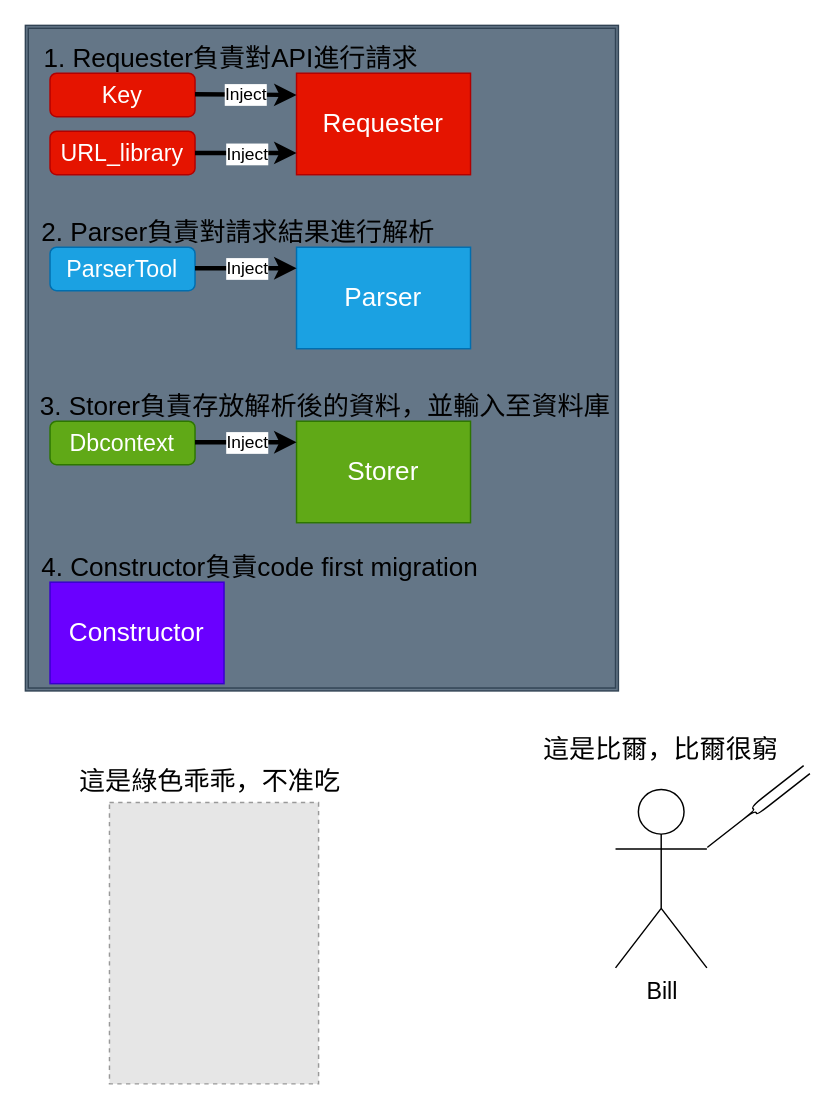
Earlier version of the draw.io diagram structure.drawio (jimmg35/Sensor_Crawling). Source tidied: cells renumbered, new cells numbered last; positions are measured from the earlier drawing's top-left corner, leaving out a move shared by most shapes. Both pictures are drawn from the tidied source at 145%, with x=0, y=0 at pixel (25, 25). Pictures stored in the file or linked from it are replaced by grey dashed boxes.
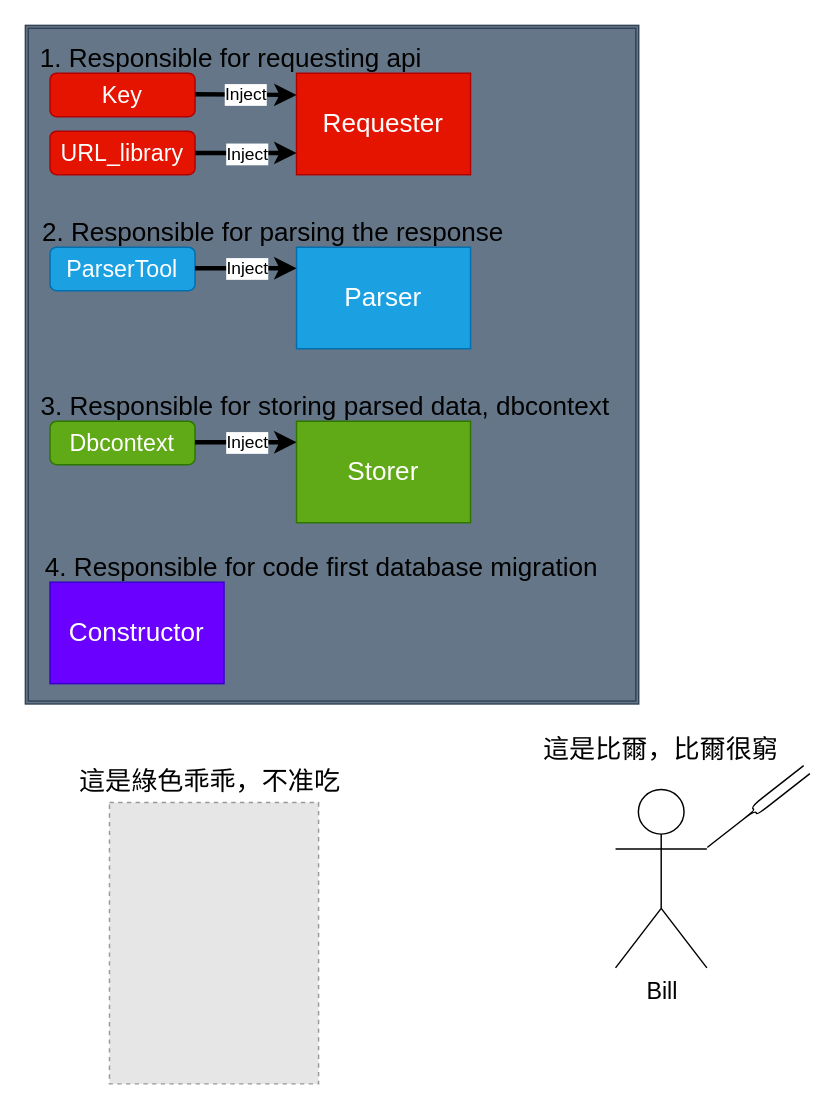
After the change.

Diff of the diagram source:
```diff
@@
     <mxCell id="2" style="shape=ext;double=1;rounded=0;whiteSpace=wrap;html=1;fillColor=#647687;strokeColor=#314354;fontColor=#ffffff;" parent="1" vertex="1">
-      <mxGeometry width="409" height="459" as="geometry" />
+      <mxGeometry width="423" height="468" as="geometry" />
     </mxCell>
@@
-    <mxCell id="18" value="&lt;font style=&quot;font-size: 18px&quot;&gt;1. Requester負責對API進行請求&lt;/font&gt;" style="text;html=1;strokeColor=none;fillColor=none;align=center;verticalAlign=middle;whiteSpace=wrap;rounded=0;fontSize=12;" parent="1" vertex="1">
+    <mxCell id="18" value="&lt;font style=&quot;font-size: 18px&quot;&gt;1. Responsible for requesting api&lt;/font&gt;" style="text;html=1;strokeColor=none;fillColor=none;align=center;verticalAlign=middle;whiteSpace=wrap;rounded=0;fontSize=12;" parent="1" vertex="1">
       <mxGeometry x="7" y="13" width="270" height="20" as="geometry" />
     </mxCell>
-    <mxCell id="19" value="&lt;font style=&quot;font-size: 18px&quot;&gt;2. Parser負責對請求結果進行解析&lt;/font&gt;" style="text;html=1;strokeColor=none;fillColor=none;align=center;verticalAlign=middle;whiteSpace=wrap;rounded=0;fontSize=12;" parent="1" vertex="1">
-      <mxGeometry x="7" y="133" width="280" height="20" as="geometry" />
+    <mxCell id="19" value="&lt;font style=&quot;font-size: 18px&quot;&gt;2. Responsible for parsing the response&lt;/font&gt;" style="text;html=1;strokeColor=none;fillColor=none;align=center;verticalAlign=middle;whiteSpace=wrap;rounded=0;fontSize=12;" parent="1" vertex="1">
+      <mxGeometry x="7" y="133" width="328" height="20" as="geometry" />
     </mxCell>
-    <mxCell id="20" value="&lt;font style=&quot;font-size: 18px&quot;&gt;3. Storer負責存放解析後的資料，並輸入至資料庫&lt;/font&gt;" style="text;html=1;strokeColor=none;fillColor=none;align=center;verticalAlign=middle;whiteSpace=wrap;rounded=0;fontSize=12;" parent="1" vertex="1">
+    <mxCell id="20" value="&lt;font style=&quot;font-size: 18px&quot;&gt;3. Responsible for storing parsed data, dbcontext&lt;/font&gt;" style="text;html=1;strokeColor=none;fillColor=none;align=center;verticalAlign=middle;whiteSpace=wrap;rounded=0;fontSize=12;" parent="1" vertex="1">
       <mxGeometry x="7" y="253" width="400" height="20" as="geometry" />
     </mxCell>
@@
-    <mxCell id="26" value="&lt;font style=&quot;font-size: 18px&quot;&gt;4. Constructor負責code first migration&lt;/font&gt;" style="text;html=1;strokeColor=none;fillColor=none;align=center;verticalAlign=middle;whiteSpace=wrap;rounded=0;fontSize=12;" parent="1" vertex="1">
-      <mxGeometry x="7" y="364" width="310" height="20" as="geometry" />
+    <mxCell id="26" value="&lt;font style=&quot;font-size: 18px&quot;&gt;4. Responsible for code first database migration&lt;/font&gt;" style="text;html=1;strokeColor=none;fillColor=none;align=center;verticalAlign=middle;whiteSpace=wrap;rounded=0;fontSize=12;" parent="1" vertex="1">
+      <mxGeometry x="7" y="364" width="395" height="20" as="geometry" />
     </mxCell>
```
